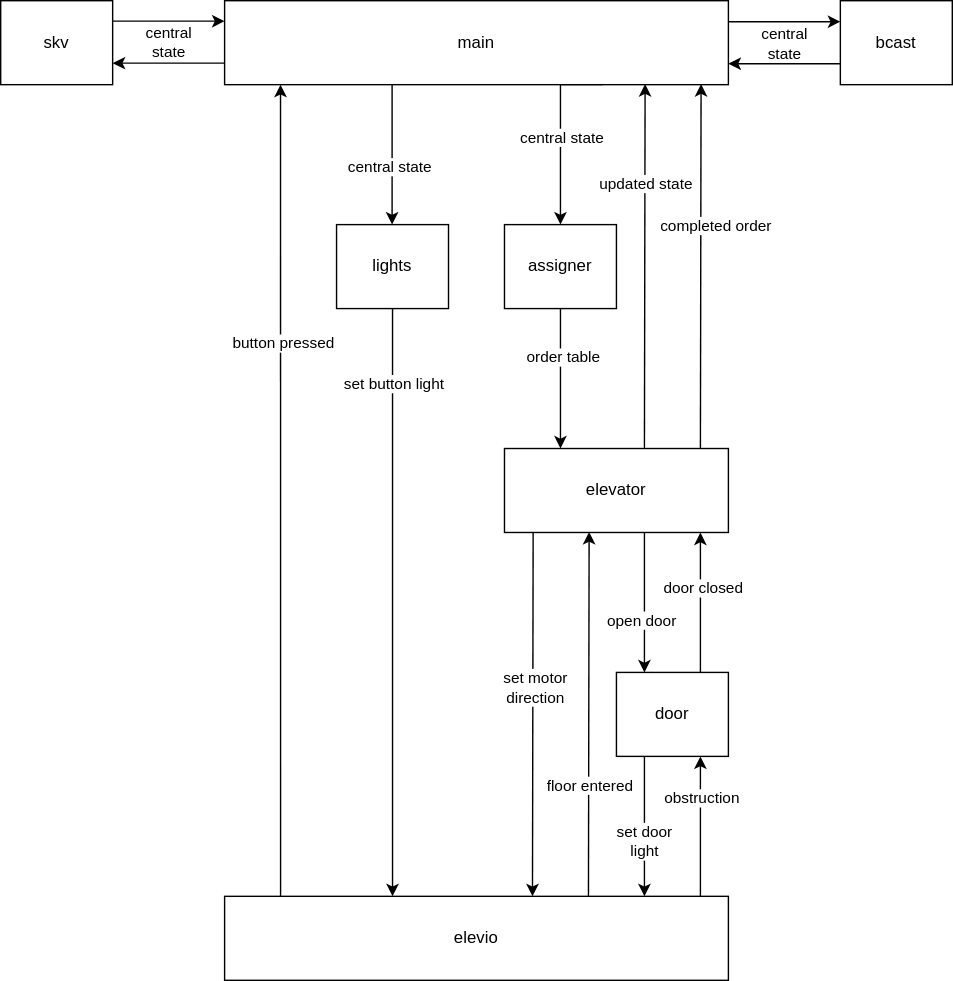
TTK4145-2022-students/project-group-78 keeps this draw.io diagram as communication_diagram.drawio.svg. Above is the earlier version. Source tidied: cells renumbered, new cells last; positions are measured from the earlier drawing's top-left corner, leaving out a move shared by most shapes. Its diagram source:
```xml
<mxGraphModel>
  <root>
    <mxCell id="0" />
    <mxCell id="1" parent="0" />
    <mxCell id="2" value="skv" style="rounded=0;whiteSpace=wrap;html=1;" parent="1" vertex="1">
      <mxGeometry width="80" height="60" as="geometry" />
    </mxCell>
    <mxCell id="3" value="elevio" style="rounded=0;whiteSpace=wrap;html=1;" parent="1" vertex="1">
      <mxGeometry x="160" y="640" width="360" height="60" as="geometry" />
    </mxCell>
    <mxCell id="4" style="edgeStyle=orthogonalEdgeStyle;rounded=0;jettySize=auto;html=1;exitX=0;exitY=0.75;exitDx=0;exitDy=0;" parent="1" edge="1" source="5">
      <mxGeometry relative="1" as="geometry">
        <mxPoint x="520" y="45" as="targetPoint" />
      </mxGeometry>
    </mxCell>
    <mxCell id="5" value="bcast" style="rounded=0;whiteSpace=wrap;html=1;" parent="1" vertex="1">
      <mxGeometry x="600" width="80" height="60" as="geometry" />
    </mxCell>
    <mxCell id="6" value="elevator" style="rounded=0;whiteSpace=wrap;html=1;" parent="1" vertex="1">
      <mxGeometry x="360" y="320" width="160" height="60" as="geometry" />
    </mxCell>
    <mxCell id="7" style="edgeStyle=orthogonalEdgeStyle;rounded=0;jettySize=auto;html=1;exitX=0.75;exitY=1;exitDx=0;exitDy=0;" parent="1" edge="1" source="11" target="14">
      <mxGeometry relative="1" as="geometry">
        <Array as="points">
          <mxPoint x="400" y="60" />
        </Array>
      </mxGeometry>
    </mxCell>
    <mxCell id="8" value="central state" style="edgeLabel;html=1;align=center;verticalAlign=middle;" parent="7" vertex="1">
      <mxGeometry x="0.03" relative="1" as="geometry" />
    </mxCell>
    <mxCell id="9" style="edgeStyle=orthogonalEdgeStyle;rounded=0;jettySize=auto;html=1;exitX=1;exitY=0.25;exitDx=0;exitDy=0;entryX=0;entryY=0.25;entryDx=0;entryDy=0;" parent="1" edge="1" source="11" target="5">
      <mxGeometry relative="1" as="geometry" />
    </mxCell>
    <mxCell id="10" value="central&lt;br&gt;state" style="edgeLabel;html=1;align=center;verticalAlign=middle;" parent="9" vertex="1">
      <mxGeometry x="-0.31" y="-1" relative="1" as="geometry">
        <mxPoint x="12" y="14" as="offset" />
      </mxGeometry>
    </mxCell>
    <mxCell id="11" value="main" style="rounded=0;whiteSpace=wrap;html=1;" parent="1" vertex="1">
      <mxGeometry x="160" width="360" height="60" as="geometry" />
    </mxCell>
    <mxCell id="12" style="edgeStyle=orthogonalEdgeStyle;rounded=0;jettySize=auto;html=1;entryX=0.25;entryY=0;entryDx=0;entryDy=0;" parent="1" edge="1" source="14" target="6">
      <mxGeometry relative="1" as="geometry" />
    </mxCell>
    <mxCell id="13" value="order table" style="edgeLabel;html=1;align=center;verticalAlign=middle;" parent="12" vertex="1">
      <mxGeometry x="-0.32" y="1" relative="1" as="geometry" />
    </mxCell>
    <mxCell id="14" value="assigner" style="rounded=0;whiteSpace=wrap;html=1;" parent="1" vertex="1">
      <mxGeometry x="360" y="160" width="80" height="60" as="geometry" />
    </mxCell>
    <mxCell id="15" value="door" style="rounded=0;whiteSpace=wrap;html=1;" parent="1" vertex="1">
      <mxGeometry x="440" y="480" width="80" height="60" as="geometry" />
    </mxCell>
    <mxCell id="16" value="lights" style="rounded=0;whiteSpace=wrap;html=1;" parent="1" vertex="1">
      <mxGeometry x="240" y="160" width="80" height="60" as="geometry" />
    </mxCell>
    <mxCell id="17" style="endArrow=classic;html=1;rounded=0;exitX=0.622;exitY=0.007;exitDx=0;exitDy=0;exitPerimeter=0;" parent="1" edge="1">
      <mxGeometry relative="1" as="geometry">
        <mxPoint x="460" y="320" as="sourcePoint" />
        <mxPoint x="460.5" y="59.6" as="targetPoint" />
      </mxGeometry>
    </mxCell>
    <mxCell id="18" value="updated state" style="edgeLabel;html=1;align=center;verticalAlign=middle;" parent="17" vertex="1">
      <mxGeometry x="-0.58" y="-1" relative="1" as="geometry">
        <mxPoint x="-1" y="-135" as="offset" />
      </mxGeometry>
    </mxCell>
    <mxCell id="19" style="edgeStyle=orthogonalEdgeStyle;rounded=0;orthogonalLoop=1;jettySize=auto;html=1;exitX=0.75;exitY=1;exitDx=0;exitDy=0;entryX=0.5;entryY=0;entryDx=0;entryDy=0;" parent="1" edge="1">
      <mxGeometry relative="1" as="geometry">
        <mxPoint x="460" y="540" as="sourcePoint" />
        <mxPoint x="460" y="640" as="targetPoint" />
      </mxGeometry>
    </mxCell>
    <mxCell id="20" value="set door&lt;br&gt;light" style="edgeLabel;html=1;align=center;verticalAlign=middle;" parent="19" vertex="1">
      <mxGeometry x="-0.15" relative="1" as="geometry">
        <mxPoint y="18" as="offset" />
      </mxGeometry>
    </mxCell>
    <mxCell id="21" style="edgeStyle=orthogonalEdgeStyle;rounded=0;orthogonalLoop=1;jettySize=auto;html=1;exitX=0.75;exitY=1;exitDx=0;exitDy=0;entryX=0.5;entryY=0;entryDx=0;entryDy=0;" parent="1" edge="1">
      <mxGeometry relative="1" as="geometry">
        <mxPoint x="460" y="380" as="sourcePoint" />
        <mxPoint x="460" y="480" as="targetPoint" />
      </mxGeometry>
    </mxCell>
    <mxCell id="22" value="open door" style="edgeLabel;html=1;align=center;verticalAlign=middle;" parent="21" vertex="1">
      <mxGeometry x="0.25" y="-3" relative="1" as="geometry" />
    </mxCell>
    <mxCell id="23" style="edgeStyle=orthogonalEdgeStyle;rounded=0;orthogonalLoop=1;jettySize=auto;html=1;exitX=0.75;exitY=1;exitDx=0;exitDy=0;entryX=0.5;entryY=0;entryDx=0;entryDy=0;" parent="1" edge="1">
      <mxGeometry relative="1" as="geometry">
        <mxPoint x="500" y="480" as="sourcePoint" />
        <mxPoint x="500" y="380" as="targetPoint" />
      </mxGeometry>
    </mxCell>
    <mxCell id="24" value="door closed" style="edgeLabel;html=1;align=center;verticalAlign=middle;" parent="23" vertex="1">
      <mxGeometry x="-0.25" y="-1" relative="1" as="geometry">
        <mxPoint y="-23" as="offset" />
      </mxGeometry>
    </mxCell>
    <mxCell id="25" style="edgeStyle=orthogonalEdgeStyle;rounded=0;orthogonalLoop=1;jettySize=auto;html=1;exitX=0.75;exitY=1;exitDx=0;exitDy=0;entryX=0.5;entryY=0;entryDx=0;entryDy=0;" parent="1" edge="1">
      <mxGeometry relative="1" as="geometry">
        <mxPoint x="500" y="640" as="sourcePoint" />
        <mxPoint x="500" y="540" as="targetPoint" />
      </mxGeometry>
    </mxCell>
    <mxCell id="26" value="obstruction" style="edgeLabel;html=1;align=center;verticalAlign=middle;" parent="25" vertex="1">
      <mxGeometry x="0.27" y="-1" relative="1" as="geometry">
        <mxPoint y="-6" as="offset" />
      </mxGeometry>
    </mxCell>
    <mxCell id="27" style="endArrow=classic;html=1;rounded=0;exitX=0.622;exitY=0.007;exitDx=0;exitDy=0;exitPerimeter=0;" parent="1" edge="1">
      <mxGeometry relative="1" as="geometry">
        <mxPoint x="420" y="640" as="sourcePoint" />
        <mxPoint x="420.5" y="379.6" as="targetPoint" />
      </mxGeometry>
    </mxCell>
    <mxCell id="28" value="floor entered" style="edgeLabel;html=1;align=center;verticalAlign=middle;" parent="27" vertex="1">
      <mxGeometry x="-0.04" relative="1" as="geometry">
        <mxPoint y="45" as="offset" />
      </mxGeometry>
    </mxCell>
    <mxCell id="29" style="endArrow=classic;html=1;rounded=0;exitX=0.622;exitY=0.007;exitDx=0;exitDy=0;exitPerimeter=0;" parent="1" edge="1">
      <mxGeometry relative="1" as="geometry">
        <mxPoint x="380.5" y="379.6" as="sourcePoint" />
        <mxPoint x="380" y="640" as="targetPoint" />
      </mxGeometry>
    </mxCell>
    <mxCell id="30" value="set motor&lt;br&gt;direction" style="edgeLabel;html=1;align=center;verticalAlign=middle;" parent="29" vertex="1">
      <mxGeometry x="-0.14" y="1" relative="1" as="geometry" />
    </mxCell>
    <mxCell id="31" style="edgeStyle=orthogonalEdgeStyle;rounded=0;orthogonalLoop=1;jettySize=auto;html=1;exitX=0.75;exitY=1;exitDx=0;exitDy=0;entryX=0.5;entryY=0;entryDx=0;entryDy=0;" parent="1" edge="1">
      <mxGeometry relative="1" as="geometry">
        <mxPoint x="279.7" y="60" as="sourcePoint" />
        <mxPoint x="279.7" y="160" as="targetPoint" />
      </mxGeometry>
    </mxCell>
    <mxCell id="32" value="central state" style="edgeLabel;html=1;align=center;verticalAlign=middle;" parent="31" vertex="1">
      <mxGeometry x="0.18" y="-2" relative="1" as="geometry" />
    </mxCell>
    <mxCell id="33" style="endArrow=classic;html=1;rounded=0;exitX=0.5;exitY=1;exitDx=0;exitDy=0;" parent="1" edge="1" source="16">
      <mxGeometry relative="1" as="geometry">
        <mxPoint x="280" y="640" as="targetPoint" />
      </mxGeometry>
    </mxCell>
    <mxCell id="34" value="set button light" style="edgeLabel;html=1;align=center;verticalAlign=middle;" parent="33" vertex="1">
      <mxGeometry x="-0.75" relative="1" as="geometry" />
    </mxCell>
    <mxCell id="35" style="endArrow=classic;html=1;rounded=0;exitX=0.622;exitY=0.007;exitDx=0;exitDy=0;exitPerimeter=0;entryX=0.111;entryY=1;entryDx=0;entryDy=0;entryPerimeter=0;" parent="1" edge="1" target="11">
      <mxGeometry relative="1" as="geometry">
        <mxPoint x="200" y="640" as="sourcePoint" />
      </mxGeometry>
    </mxCell>
    <mxCell id="36" value="button pressed" style="edgeLabel;html=1;align=center;verticalAlign=middle;" parent="35" vertex="1">
      <mxGeometry x="0.36" y="-2" relative="1" as="geometry" />
    </mxCell>
    <mxCell id="37" style="edgeStyle=orthogonalEdgeStyle;rounded=0;orthogonalLoop=1;jettySize=auto;html=1;exitX=0;exitY=0.75;exitDx=0;exitDy=0;" parent="1" edge="1">
      <mxGeometry relative="1" as="geometry">
        <mxPoint x="160" y="44.6" as="sourcePoint" />
        <mxPoint x="80" y="44.6" as="targetPoint" />
      </mxGeometry>
    </mxCell>
    <mxCell id="38" style="edgeStyle=orthogonalEdgeStyle;rounded=0;orthogonalLoop=1;jettySize=auto;html=1;exitX=1;exitY=0.25;exitDx=0;exitDy=0;entryX=0;entryY=0.25;entryDx=0;entryDy=0;" parent="1" edge="1">
      <mxGeometry relative="1" as="geometry">
        <mxPoint x="80" y="14.6" as="sourcePoint" />
        <mxPoint x="160" y="14.6" as="targetPoint" />
      </mxGeometry>
    </mxCell>
    <mxCell id="39" value="central&lt;br&gt;state" style="edgeLabel;html=1;align=center;verticalAlign=middle;" parent="38" vertex="1">
      <mxGeometry x="-0.31" y="-1" relative="1" as="geometry">
        <mxPoint x="12" y="14" as="offset" />
      </mxGeometry>
    </mxCell>
    <mxCell id="40" style="endArrow=classic;html=1;rounded=0;exitX=0.622;exitY=0.007;exitDx=0;exitDy=0;exitPerimeter=0;" parent="1" edge="1">
      <mxGeometry relative="1" as="geometry">
        <mxPoint x="500" y="320" as="sourcePoint" />
        <mxPoint x="500.5" y="59.6" as="targetPoint" />
      </mxGeometry>
    </mxCell>
    <mxCell id="41" value="completed order" style="edgeLabel;html=1;align=center;verticalAlign=middle;" parent="40" vertex="1">
      <mxGeometry x="-0.58" y="-1" relative="1" as="geometry">
        <mxPoint x="9" y="-105" as="offset" />
      </mxGeometry>
    </mxCell>
  </root>
</mxGraphModel>
```
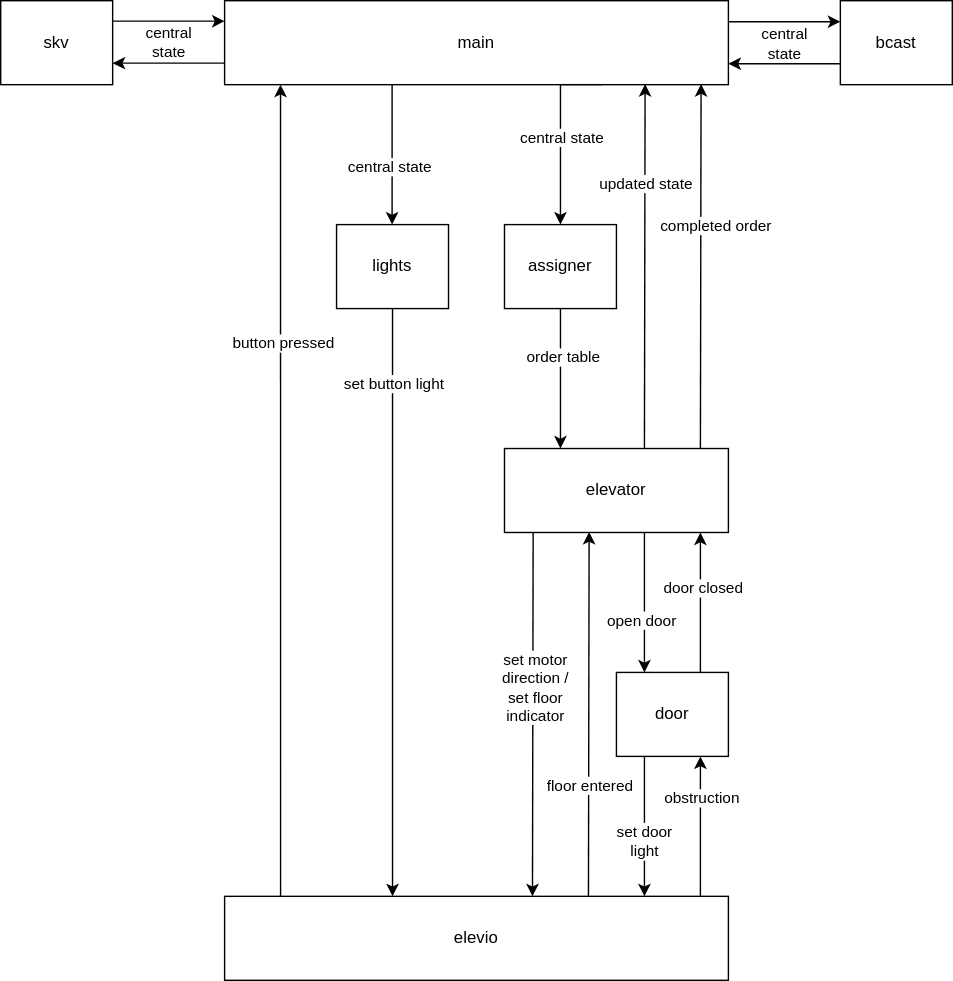
The same diagram one commit later.

What changed in the source:
```diff
@@ -125,7 +125,7 @@
         <mxPoint x="380" y="640" as="targetPoint" />
       </mxGeometry>
     </mxCell>
-    <mxCell id="30" value="set motor&lt;br&gt;direction" style="edgeLabel;html=1;align=center;verticalAlign=middle;" parent="29" vertex="1">
+    <mxCell id="30" value="set motor&lt;br&gt;direction /&lt;br&gt;set floor&lt;br&gt;indicator" style="edgeLabel;html=1;align=center;verticalAlign=middle;" parent="29" vertex="1">
       <mxGeometry x="-0.14" y="1" relative="1" as="geometry" />
     </mxCell>
     <mxCell id="31" style="edgeStyle=orthogonalEdgeStyle;rounded=0;orthogonalLoop=1;jettySize=auto;html=1;exitX=0.75;exitY=1;exitDx=0;exitDy=0;entryX=0.5;entryY=0;entryDx=0;entryDy=0;" parent="1" edge="1">
```
